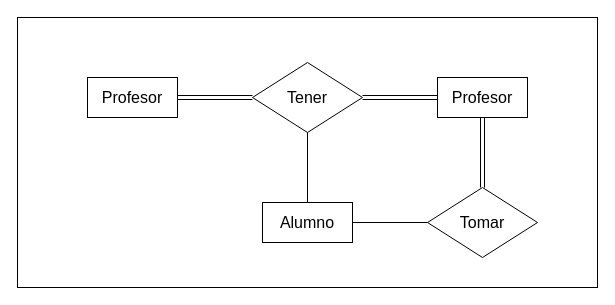
This is Diagramas/Ejercicio2-i1.drawio from AnyoneOne1/Tarea02_PrimaryKeys, a draw.io file, before an edit. Source tidied: cells renumbered, new cells numbered last; positions are measured from the earlier drawing's top-left corner, leaving out a move shared by most shapes. Both pictures are drawn from the tidied source at 100%, with x=0, y=0 at pixel (17, 17).
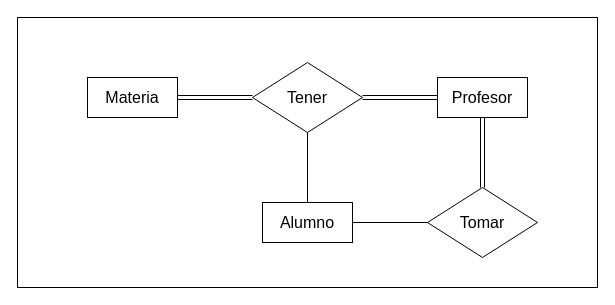
After the change.

Commit message (it also covers changes not shown here):
Corrección diagramas

The edit, as a diff of the source:
```diff
@@
 <mxGraphModel>
   <root>
     <mxCell id="0" />
     <mxCell id="1" parent="0" />
     <mxCell id="2" style="rounded=0;whiteSpace=wrap;html=1;" parent="1" vertex="1">
       <mxGeometry width="580" height="270" as="geometry" />
     </mxCell>
     <mxCell id="3" value="&lt;font style=&quot;font-size: 16px;&quot;&gt;Profesor&lt;/font&gt;" style="rounded=0;whiteSpace=wrap;html=1;" parent="1" vertex="1">
       <mxGeometry x="420" y="60" width="90" height="40" as="geometry" />
     </mxCell>
-    <mxCell id="4" value="&lt;font style=&quot;font-size: 16px;&quot;&gt;Profesor&lt;/font&gt;" style="rounded=0;whiteSpace=wrap;html=1;" parent="1" vertex="1">
+    <mxCell id="4" value="&lt;font style=&quot;font-size: 16px;&quot;&gt;Materia&lt;/font&gt;" style="rounded=0;whiteSpace=wrap;html=1;" parent="1" vertex="1">
       <mxGeometry x="70" y="60" width="90" height="40" as="geometry" />
     </mxCell>
     <mxCell id="5" style="edgeStyle=orthogonalEdgeStyle;rounded=0;jettySize=auto;html=1;exitX=1;exitY=0.5;exitDx=0;exitDy=0;endArrow=none;endFill=0;" parent="1" edge="1" source="6" target="8">
       <mxGeometry relative="1" as="geometry" />
     </mxCell>
     <mxCell id="6" value="&lt;font style=&quot;font-size: 16px;&quot;&gt;Alumno&lt;/font&gt;" style="rounded=0;whiteSpace=wrap;html=1;" parent="1" vertex="1">
       <mxGeometry x="245" y="185" width="90" height="40" as="geometry" />
     </mxCell>
     <mxCell id="7" style="edgeStyle=orthogonalEdgeStyle;rounded=0;jettySize=auto;html=1;exitX=0.5;exitY=0;exitDx=0;exitDy=0;entryX=0.5;entryY=1;entryDx=0;entryDy=0;endArrow=none;endFill=0;shape=link;" parent="1" edge="1" source="8" target="3">
       <mxGeometry relative="1" as="geometry" />
     </mxCell>
     <mxCell id="8" value="&lt;font style=&quot;font-size: 16px;&quot;&gt;Tomar&lt;/font&gt;" style="rhombus;whiteSpace=wrap;html=1;" parent="1" vertex="1">
       <mxGeometry x="410" y="170" width="110" height="70" as="geometry" />
     </mxCell>
     <mxCell id="9" style="edgeStyle=orthogonalEdgeStyle;rounded=0;jettySize=auto;html=1;exitX=0;exitY=0.5;exitDx=0;exitDy=0;shape=link;" parent="1" edge="1" source="12" target="4">
       <mxGeometry relative="1" as="geometry" />
     </mxCell>
     <mxCell id="10" style="edgeStyle=orthogonalEdgeStyle;rounded=0;jettySize=auto;html=1;exitX=1;exitY=0.5;exitDx=0;exitDy=0;entryX=0;entryY=0.5;entryDx=0;entryDy=0;endArrow=none;endFill=0;shape=link;" parent="1" edge="1" source="12" target="3">
       <mxGeometry relative="1" as="geometry" />
     </mxCell>
     <mxCell id="11" style="edgeStyle=orthogonalEdgeStyle;rounded=0;jettySize=auto;html=1;exitX=0.5;exitY=1;exitDx=0;exitDy=0;entryX=0.5;entryY=0;entryDx=0;entryDy=0;endArrow=none;endFill=0;" parent="1" edge="1" source="12" target="6">
       <mxGeometry relative="1" as="geometry" />
     </mxCell>
     <mxCell id="12" value="&lt;font style=&quot;font-size: 16px;&quot;&gt;Tener&lt;/font&gt;" style="rhombus;whiteSpace=wrap;html=1;" parent="1" vertex="1">
       <mxGeometry x="235" y="45" width="110" height="70" as="geometry" />
     </mxCell>
   </root>
 </mxGraphModel>
```
